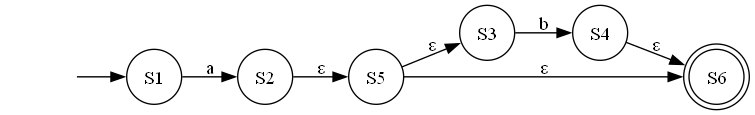
ZiadSheriif/AutoMajestic keeps this Graphviz diagram as output/nfa/nfa.gv.png. Above is the earlier version. Its source is kept beside it as output/nfa/nfa.gv.
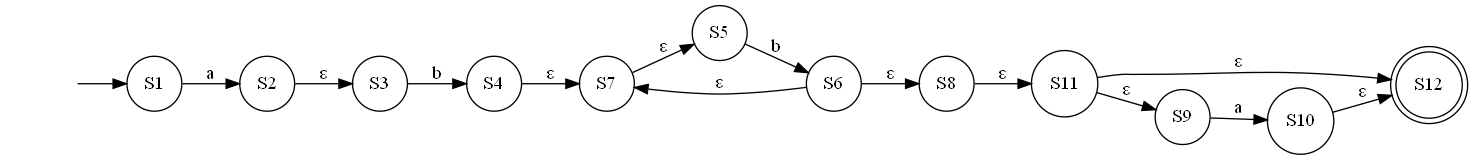
The same file after the commit.

Change to the diagram source:
```diff
@@ -3,15 +3,28 @@
 	"" -> S1
 	S1 [shape=circle]
 	S1 -> S2 [label=a]
+	S10 [shape=circle]
+	S10 -> S12 [label="ε"]
+	S11 [shape=circle]
+	S11 -> S9 [label="ε"]
+	S11 -> S12 [label="ε"]
+	S12 [shape=doublecircle]
 	S2 [shape=circle]
-	S2 -> S5 [label="ε"]
+	S2 -> S3 [label="ε"]
 	S3 [shape=circle]
 	S3 -> S4 [label=b]
 	S4 [shape=circle]
-	S4 -> S6 [label="ε"]
+	S4 -> S7 [label="ε"]
 	S5 [shape=circle]
-	S5 -> S3 [label="ε"]
-	S5 -> S6 [label="ε"]
-	S6 [shape=doublecircle]
+	S5 -> S6 [label=b]
+	S6 [shape=circle]
+	S6 -> S7 [label="ε"]
+	S6 -> S8 [label="ε"]
+	S7 [shape=circle]
+	S7 -> S5 [label="ε"]
+	S8 [shape=circle]
+	S8 -> S11 [label="ε"]
+	S9 [shape=circle]
+	S9 -> S10 [label=a]
 	rankdir=LR
 }
```
